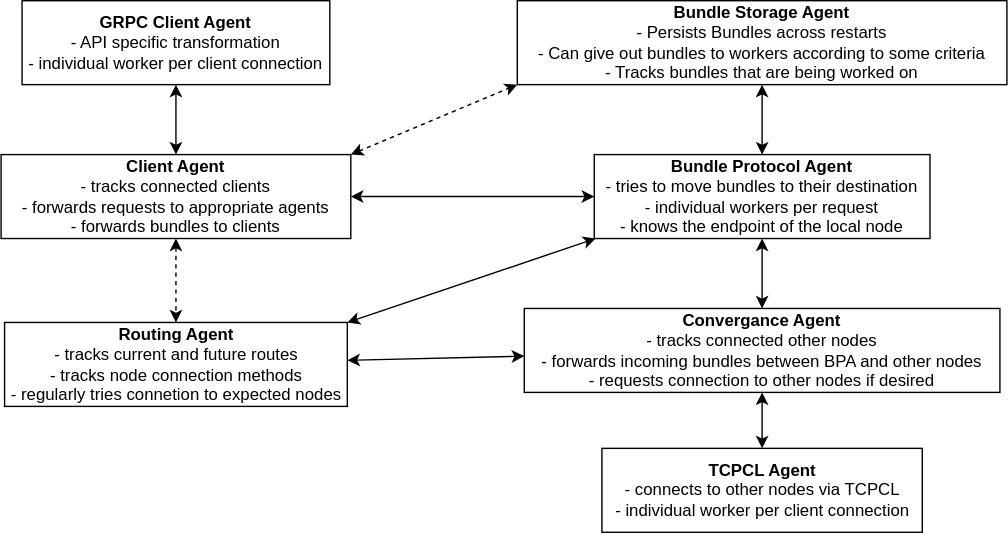
Before: docs/img/agents.drawio.svg, a diagram exported from draw.io (huettner94/dtn). Source tidied: cells renumbered, new cells last; positions are measured from the earlier drawing's top-left corner, leaving out a move shared by most shapes.
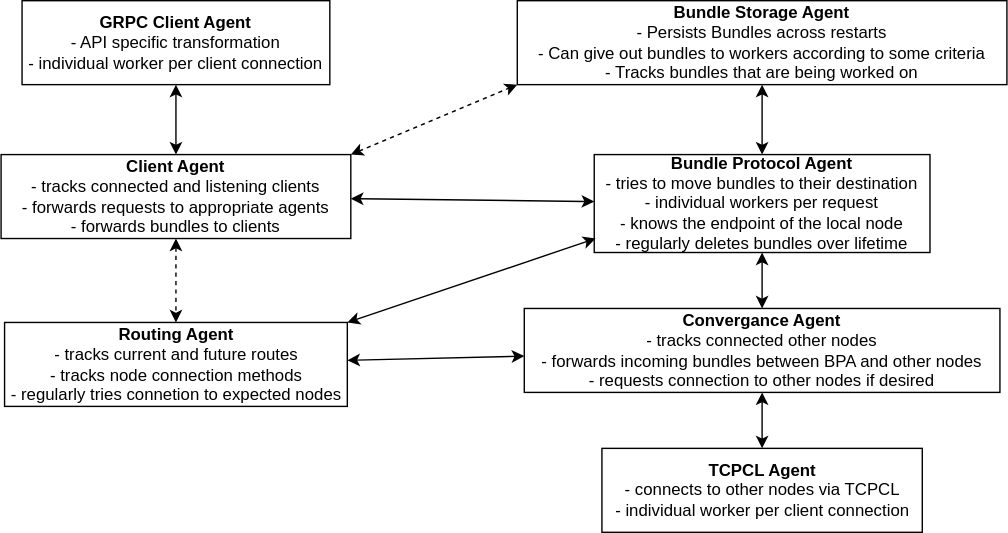
The same file after the commit.

Commit message:
introduce storage agent

Change to the diagram source:
```diff
@@ -17,7 +17,7 @@
     <mxCell id="6" style="edgeStyle=none;rounded=0;jettySize=auto;html=1;exitX=1;exitY=0;exitDx=0;exitDy=0;entryX=0;entryY=1;entryDx=0;entryDy=0;dashed=1;startArrow=classic;startFill=1;" parent="1" edge="1" source="7" target="3">
       <mxGeometry relative="1" as="geometry" />
     </mxCell>
-    <mxCell id="7" value="&lt;b&gt;Client Agent&lt;/b&gt;&lt;br&gt;- tracks connected clients&lt;br&gt;- forwards requests to appropriate agents&lt;br&gt;- forwards bundles to clients" style="rounded=0;whiteSpace=wrap;html=1;" parent="1" vertex="1">
+    <mxCell id="7" value="&lt;b&gt;Client Agent&lt;/b&gt;&lt;br&gt;- tracks connected and listening clients&lt;br&gt;- forwards requests to appropriate agents&lt;br&gt;- forwards bundles to clients" style="rounded=0;whiteSpace=wrap;html=1;" parent="1" vertex="1">
       <mxGeometry y="110" width="250" height="60" as="geometry" />
     </mxCell>
     <mxCell id="8" style="edgeStyle=none;rounded=0;jettySize=auto;html=1;startArrow=classic;startFill=1;" parent="1" edge="1" source="10" target="7">
@@ -26,8 +26,8 @@
     <mxCell id="9" style="edgeStyle=none;rounded=0;jettySize=auto;html=1;startArrow=classic;startFill=1;" parent="1" edge="1" source="10" target="3">
       <mxGeometry relative="1" as="geometry" />
     </mxCell>
-    <mxCell id="10" value="&lt;b&gt;Bundle Protocol Agent&lt;/b&gt;&lt;br&gt;- tries to move bundles to their destination&lt;br&gt;- individual workers per request&lt;br&gt;- knows the endpoint of the local node" style="rounded=0;whiteSpace=wrap;html=1;" parent="1" vertex="1">
-      <mxGeometry x="424" y="110" width="240" height="60" as="geometry" />
+    <mxCell id="10" value="&lt;b&gt;Bundle Protocol Agent&lt;/b&gt;&lt;br&gt;- tries to move bundles to their destination&lt;br&gt;- individual workers per request&lt;br&gt;- knows the endpoint of the local node&lt;br&gt;- regularly deletes bundles over lifetime" style="rounded=0;whiteSpace=wrap;html=1;" parent="1" vertex="1">
+      <mxGeometry x="424" y="110" width="240" height="70" as="geometry" />
     </mxCell>
     <mxCell id="11" style="edgeStyle=none;rounded=0;jettySize=auto;html=1;startArrow=classic;startFill=1;" parent="1" edge="1" source="12" target="10">
       <mxGeometry relative="1" as="geometry" />
```
